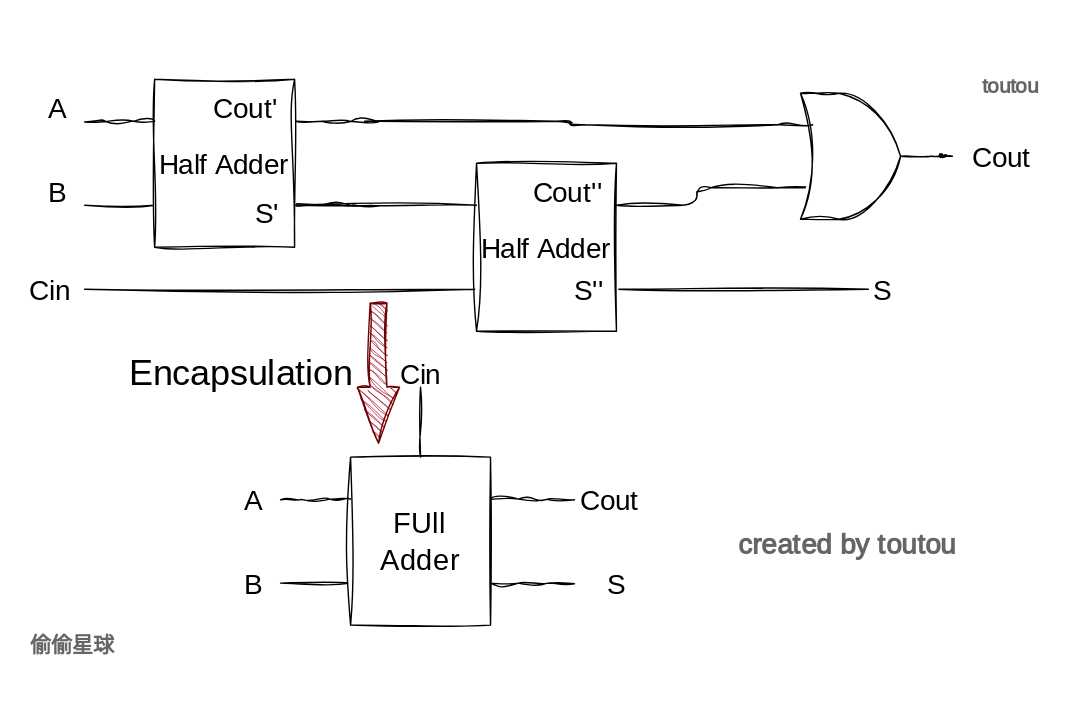
Khan3x/khan3x.github.io keeps this draw.io diagram as img/DC/fa3.svg. Above is the earlier version. Source tidied: cells renumbered, new cells last; positions are measured from the earlier drawing's top-left corner, leaving out a move shared by most shapes.
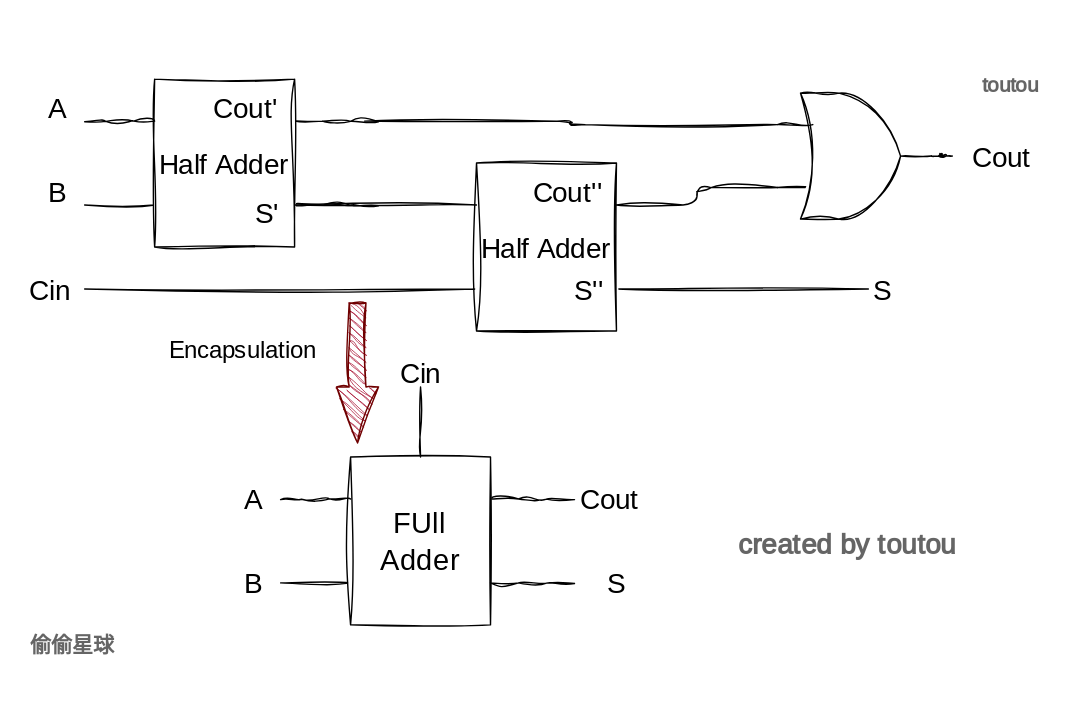
After the commit.

The edit, as a diff of the source:
```diff
@@ -81,10 +81,10 @@
       <mxGeometry x="400" y="150" width="40" height="40" as="geometry" />
     </mxCell>
     <mxCell id="24" style="shape=singleArrow;whiteSpace=wrap;html=1;arrowWidth=0.4;arrowSize=0.4;fontSize=20;direction=south;fillColor=#a20025;fontColor=#ffffff;strokeColor=#6F0000;sketch=1;curveFitting=1;jiggle=2;" parent="1" vertex="1">
-      <mxGeometry x="255" y="180" width="30" height="100" as="geometry" />
+      <mxGeometry x="240" y="180" width="30" height="100" as="geometry" />
     </mxCell>
-    <mxCell id="25" value="Encapsulation&amp;nbsp;" style="text;html=1;align=center;verticalAlign=middle;strokeColor=none;fillColor=none;fontSize=26;fontFamily=Architects Daughter;hachureGap=4;fontSource=https%3A%2F%2Ffonts.googleapis.com%2Fcss%3Ffamily%3DArchitects%2BDaughter;sketch=1;curveFitting=1;jiggle=2;" parent="1" vertex="1">
-      <mxGeometry x="80" y="210" width="190" height="40" as="geometry" />
+    <mxCell id="25" value="Encapsulation&amp;nbsp;" style="text;html=1;align=center;verticalAlign=middle;strokeColor=none;fillColor=none;fontSize=17;fontFamily=Architects Daughter;hachureGap=4;fontSource=https%3A%2F%2Ffonts.googleapis.com%2Fcss%3Ffamily%3DArchitects%2BDaughter;sketch=1;curveFitting=1;jiggle=2;" parent="1" vertex="1">
+      <mxGeometry x="110" y="200" width="130" height="30" as="geometry" />
     </mxCell>
     <mxCell id="26" style="edgeStyle=orthogonalEdgeStyle;html=1;exitX=0.25;exitY=1;exitDx=0;exitDy=0;fontSize=20;fontColor=#FFFFFF;startArrow=none;startFill=0;endArrow=none;endFill=0;sketch=1;curveFitting=1;jiggle=2;" parent="1" edge="1" source="31">
       <mxGeometry relative="1" as="geometry">
```
